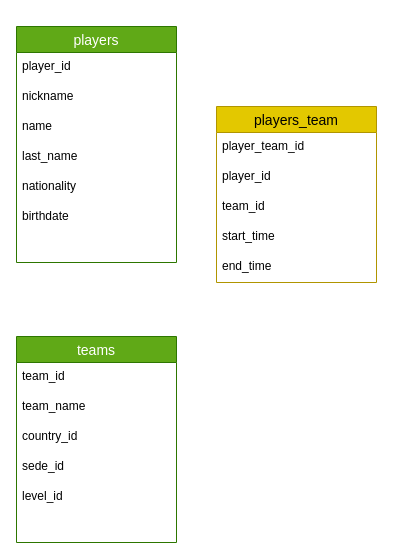
r3card0/soccer.stats keeps this draw.io diagram as soccer_model.drawio. Above is the earlier version. Source tidied: cells renumbered, new cells numbered last; positions are measured from the earlier drawing's top-left corner, leaving out a move shared by most shapes. Both pictures are drawn from the tidied source at 100%, with x=0, y=0 at pixel (16, 26).
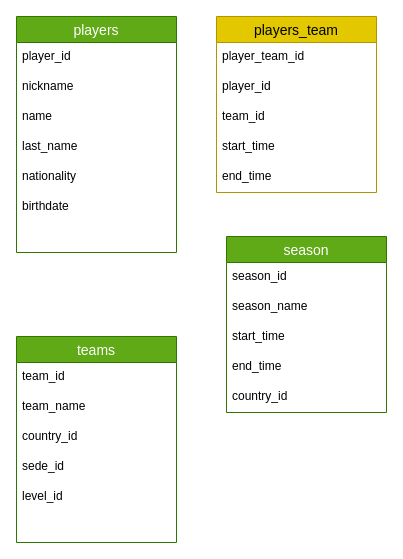
After the change.

Commit message:
table season added

Change to the diagram source:
```diff
@@
     <mxCell id="2" value="players" style="swimlane;fontStyle=0;horizontal=1;startSize=26;align=center;fontSize=14;fillColor=#60a917;fontColor=#ffffff;strokeColor=#2D7600;" parent="1" vertex="1">
-      <mxGeometry width="160" height="236" as="geometry" />
+      <mxGeometry y="-10" width="160" height="236" as="geometry" />
     </mxCell>
@@
     <mxCell id="17" value="players_team" style="swimlane;fontStyle=0;horizontal=1;startSize=26;align=center;fontSize=14;fillColor=#e3c800;fontColor=#000000;strokeColor=#B09500;" parent="1" vertex="1">
-      <mxGeometry x="200" y="80" width="160" height="176" as="geometry" />
+      <mxGeometry x="200" y="-10" width="160" height="176" as="geometry" />
     </mxCell>
@@
+    <mxCell id="23" value="season" style="swimlane;fontStyle=0;horizontal=1;startSize=26;align=center;fontSize=14;fillColor=#60a917;fontColor=#ffffff;strokeColor=#2D7600;" parent="1" vertex="1">
+      <mxGeometry x="210" y="210" width="160" height="176" as="geometry" />
+    </mxCell>
+    <mxCell id="24" value="season_id" style="text;strokeColor=none;fillColor=none;spacingLeft=4;spacingRight=4;overflow=hidden;fontSize=12;" parent="23" vertex="1">
+      <mxGeometry y="26" width="160" height="30" as="geometry" />
+    </mxCell>
+    <mxCell id="25" value="season_name" style="text;strokeColor=none;fillColor=none;spacingLeft=4;spacingRight=4;overflow=hidden;fontSize=12;" parent="23" vertex="1">
+      <mxGeometry y="56" width="160" height="30" as="geometry" />
+    </mxCell>
+    <mxCell id="26" value="start_time" style="text;strokeColor=none;fillColor=none;spacingLeft=4;spacingRight=4;overflow=hidden;fontSize=12;" parent="23" vertex="1">
+      <mxGeometry y="86" width="160" height="30" as="geometry" />
+    </mxCell>
+    <mxCell id="27" value="end_time" style="text;strokeColor=none;fillColor=none;spacingLeft=4;spacingRight=4;overflow=hidden;fontSize=12;" parent="23" vertex="1">
+      <mxGeometry y="116" width="160" height="30" as="geometry" />
+    </mxCell>
+    <mxCell id="28" value="country_id" style="text;strokeColor=none;fillColor=none;spacingLeft=4;spacingRight=4;overflow=hidden;fontSize=12;" parent="23" vertex="1">
+      <mxGeometry y="146" width="160" height="30" as="geometry" />
+    </mxCell>
```
